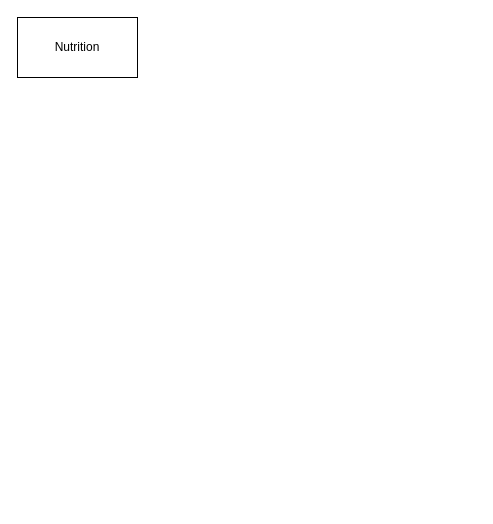
Earlier version of the draw.io diagram Nutrition.drawio (TheFeloDevTeam/Diagrams). Source tidied: cells renumbered, new cells numbered last; positions are measured from the earlier drawing's top-left corner, leaving out a move shared by most shapes. Both pictures are drawn from the tidied source at 100%, with x=0, y=0 at pixel (17, 17).
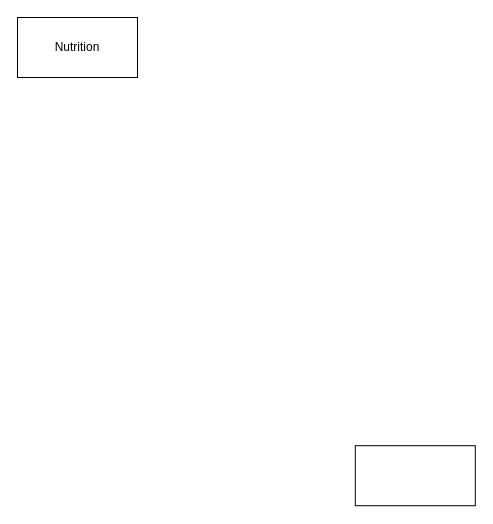
After the change.

Diff of the diagram source:
```diff
@@
 <mxGraphModel>
   <root>
     <mxCell id="0" />
     <mxCell id="1" parent="0" />
     <mxCell id="2" value="Nutrition" style="rounded=0;whiteSpace=wrap;html=1;" parent="1" vertex="1">
       <mxGeometry width="120" height="60" as="geometry" />
     </mxCell>
+    <mxCell id="3" style="rounded=0;whiteSpace=wrap;html=1;" parent="1" vertex="1">
+      <mxGeometry x="337.8" y="428.2" width="120" height="60" as="geometry" />
+    </mxCell>
   </root>
 </mxGraphModel>
```
